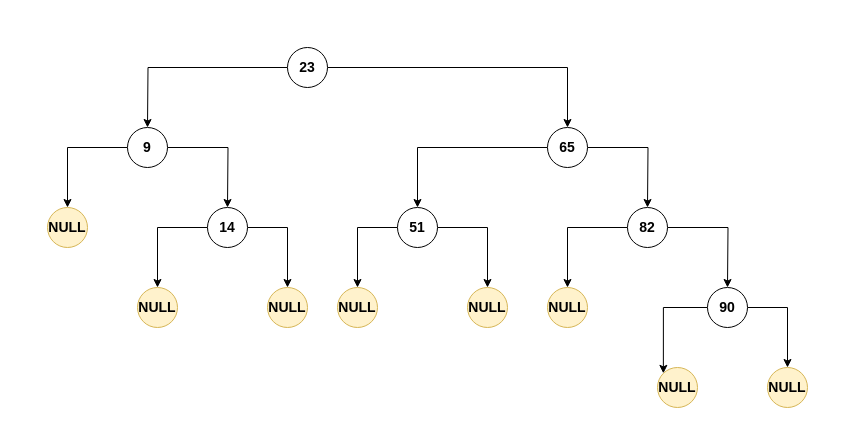
Before: 2020-2021/seminar/Grupa1053Sol/Grupa1053Proj/20210520_1053.drawio in mpopaeu/structuri, a draw.io diagram. Source tidied: cells renumbered, new cells numbered last; positions are measured from the earlier drawing's top-left corner, leaving out a move shared by most shapes. Both pictures are drawn from the tidied source at 100%, with x=0, y=0 at pixel (47, 47).
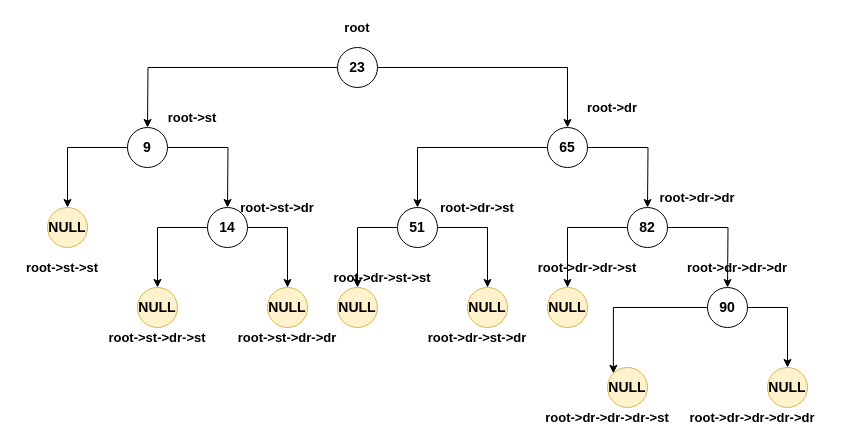
The same page after the edit.

Commit message (it also covers changes not shown here):
add new examples for 1053, week #12

Change to the diagram source:
```diff
@@
     <mxCell id="4" value="&lt;font style=&quot;font-size: 14px&quot;&gt;&lt;b&gt;23&lt;/b&gt;&lt;/font&gt;" style="ellipse;whiteSpace=wrap;html=1;" parent="1" vertex="1">
-      <mxGeometry x="240" width="40" height="40" as="geometry" />
+      <mxGeometry x="290" width="40" height="40" as="geometry" />
     </mxCell>
@@
     <mxCell id="29" value="&lt;font style=&quot;font-size: 14px&quot;&gt;&lt;b&gt;NULL&lt;/b&gt;&lt;/font&gt;" style="ellipse;whiteSpace=wrap;html=1;fillColor=#fff2cc;strokeColor=#d6b656;" parent="1" vertex="1">
-      <mxGeometry x="610" y="320" width="40" height="40" as="geometry" />
+      <mxGeometry x="560" y="320" width="40" height="40" as="geometry" />
     </mxCell>
@@
+    <mxCell id="31" value="&lt;b&gt;&lt;font style=&quot;font-size: 13px&quot;&gt;root&lt;/font&gt;&lt;/b&gt;" style="text;html=1;strokeColor=none;fillColor=none;align=center;verticalAlign=middle;whiteSpace=wrap;rounded=0;" parent="1" vertex="1">
+      <mxGeometry x="290" y="-30" width="40" height="20" as="geometry" />
+    </mxCell>
+    <mxCell id="32" value="&lt;b&gt;&lt;font style=&quot;font-size: 13px&quot;&gt;root-&amp;gt;st&lt;/font&gt;&lt;/b&gt;" style="text;html=1;strokeColor=none;fillColor=none;align=center;verticalAlign=middle;whiteSpace=wrap;rounded=0;" parent="1" vertex="1">
+      <mxGeometry x="110" y="60" width="70" height="20" as="geometry" />
+    </mxCell>
+    <mxCell id="33" value="&lt;b&gt;&lt;font style=&quot;font-size: 13px&quot;&gt;root-&amp;gt;st-&amp;gt;st&lt;/font&gt;&lt;/b&gt;" style="text;html=1;strokeColor=none;fillColor=none;align=center;verticalAlign=middle;whiteSpace=wrap;rounded=0;" parent="1" vertex="1">
+      <mxGeometry x="-30" y="210" width="90" height="20" as="geometry" />
+    </mxCell>
+    <mxCell id="34" value="&lt;b&gt;&lt;font style=&quot;font-size: 13px&quot;&gt;root-&amp;gt;st-&amp;gt;dr&lt;/font&gt;&lt;/b&gt;" style="text;html=1;strokeColor=none;fillColor=none;align=center;verticalAlign=middle;whiteSpace=wrap;rounded=0;" parent="1" vertex="1">
+      <mxGeometry x="180" y="150" width="100" height="20" as="geometry" />
+    </mxCell>
+    <mxCell id="35" value="&lt;b&gt;&lt;font style=&quot;font-size: 13px&quot;&gt;root-&amp;gt;st-&amp;gt;dr-&amp;gt;st&lt;/font&gt;&lt;/b&gt;" style="text;html=1;strokeColor=none;fillColor=none;align=center;verticalAlign=middle;whiteSpace=wrap;rounded=0;" parent="1" vertex="1">
+      <mxGeometry x="50" y="280" width="120" height="20" as="geometry" />
+    </mxCell>
+    <mxCell id="36" value="&lt;b&gt;&lt;font style=&quot;font-size: 13px&quot;&gt;root-&amp;gt;st-&amp;gt;dr-&amp;gt;dr&lt;/font&gt;&lt;/b&gt;" style="text;html=1;strokeColor=none;fillColor=none;align=center;verticalAlign=middle;whiteSpace=wrap;rounded=0;" parent="1" vertex="1">
+      <mxGeometry x="180" y="280" width="120" height="20" as="geometry" />
+    </mxCell>
+    <mxCell id="37" value="&lt;b&gt;&lt;font style=&quot;font-size: 13px&quot;&gt;root-&amp;gt;dr&lt;/font&gt;&lt;/b&gt;" style="text;html=1;strokeColor=none;fillColor=none;align=center;verticalAlign=middle;whiteSpace=wrap;rounded=0;" parent="1" vertex="1">
+      <mxGeometry x="530" y="50" width="70" height="20" as="geometry" />
+    </mxCell>
+    <mxCell id="38" value="&lt;b&gt;&lt;font style=&quot;font-size: 13px&quot;&gt;root-&amp;gt;dr-&amp;gt;st&lt;/font&gt;&lt;/b&gt;" style="text;html=1;strokeColor=none;fillColor=none;align=center;verticalAlign=middle;whiteSpace=wrap;rounded=0;" parent="1" vertex="1">
+      <mxGeometry x="380" y="150" width="100" height="20" as="geometry" />
+    </mxCell>
+    <mxCell id="39" value="&lt;b&gt;&lt;font style=&quot;font-size: 13px&quot;&gt;root-&amp;gt;dr-&amp;gt;st-&amp;gt;st&lt;/font&gt;&lt;/b&gt;" style="text;html=1;strokeColor=none;fillColor=none;align=center;verticalAlign=middle;whiteSpace=wrap;rounded=0;" parent="1" vertex="1">
+      <mxGeometry x="280" y="220" width="110" height="20" as="geometry" />
+    </mxCell>
+    <mxCell id="40" value="&lt;b&gt;&lt;font style=&quot;font-size: 13px&quot;&gt;root-&amp;gt;dr-&amp;gt;st-&amp;gt;dr&lt;/font&gt;&lt;/b&gt;" style="text;html=1;strokeColor=none;fillColor=none;align=center;verticalAlign=middle;whiteSpace=wrap;rounded=0;" parent="1" vertex="1">
+      <mxGeometry x="375" y="280" width="110" height="20" as="geometry" />
+    </mxCell>
+    <mxCell id="41" value="&lt;b&gt;&lt;font style=&quot;font-size: 13px&quot;&gt;root-&amp;gt;dr-&amp;gt;dr&lt;/font&gt;&lt;/b&gt;" style="text;html=1;strokeColor=none;fillColor=none;align=center;verticalAlign=middle;whiteSpace=wrap;rounded=0;" parent="1" vertex="1">
+      <mxGeometry x="600" y="140" width="100" height="20" as="geometry" />
+    </mxCell>
+    <mxCell id="42" value="&lt;b&gt;&lt;font style=&quot;font-size: 13px&quot;&gt;root-&amp;gt;dr-&amp;gt;dr-&amp;gt;st&lt;/font&gt;&lt;/b&gt;" style="text;html=1;strokeColor=none;fillColor=none;align=center;verticalAlign=middle;whiteSpace=wrap;rounded=0;" parent="1" vertex="1">
+      <mxGeometry x="480" y="210" width="120" height="20" as="geometry" />
+    </mxCell>
+    <mxCell id="43" value="&lt;b&gt;&lt;font style=&quot;font-size: 13px&quot;&gt;root-&amp;gt;dr-&amp;gt;dr-&amp;gt;dr&lt;/font&gt;&lt;/b&gt;" style="text;html=1;strokeColor=none;fillColor=none;align=center;verticalAlign=middle;whiteSpace=wrap;rounded=0;" parent="1" vertex="1">
+      <mxGeometry x="630" y="210" width="120" height="20" as="geometry" />
+    </mxCell>
+    <mxCell id="44" value="&lt;b&gt;&lt;font style=&quot;font-size: 13px&quot;&gt;root-&amp;gt;dr-&amp;gt;dr-&amp;gt;dr-&amp;gt;st&lt;/font&gt;&lt;/b&gt;" style="text;html=1;strokeColor=none;fillColor=none;align=center;verticalAlign=middle;whiteSpace=wrap;rounded=0;" parent="1" vertex="1">
+      <mxGeometry x="485" y="360" width="150" height="20" as="geometry" />
+    </mxCell>
+    <mxCell id="45" value="&lt;b&gt;&lt;font style=&quot;font-size: 13px&quot;&gt;root-&amp;gt;dr-&amp;gt;dr-&amp;gt;dr-&amp;gt;dr&lt;/font&gt;&lt;/b&gt;" style="text;html=1;strokeColor=none;fillColor=none;align=center;verticalAlign=middle;whiteSpace=wrap;rounded=0;" parent="1" vertex="1">
+      <mxGeometry x="630" y="360" width="150" height="20" as="geometry" />
+    </mxCell>
```
